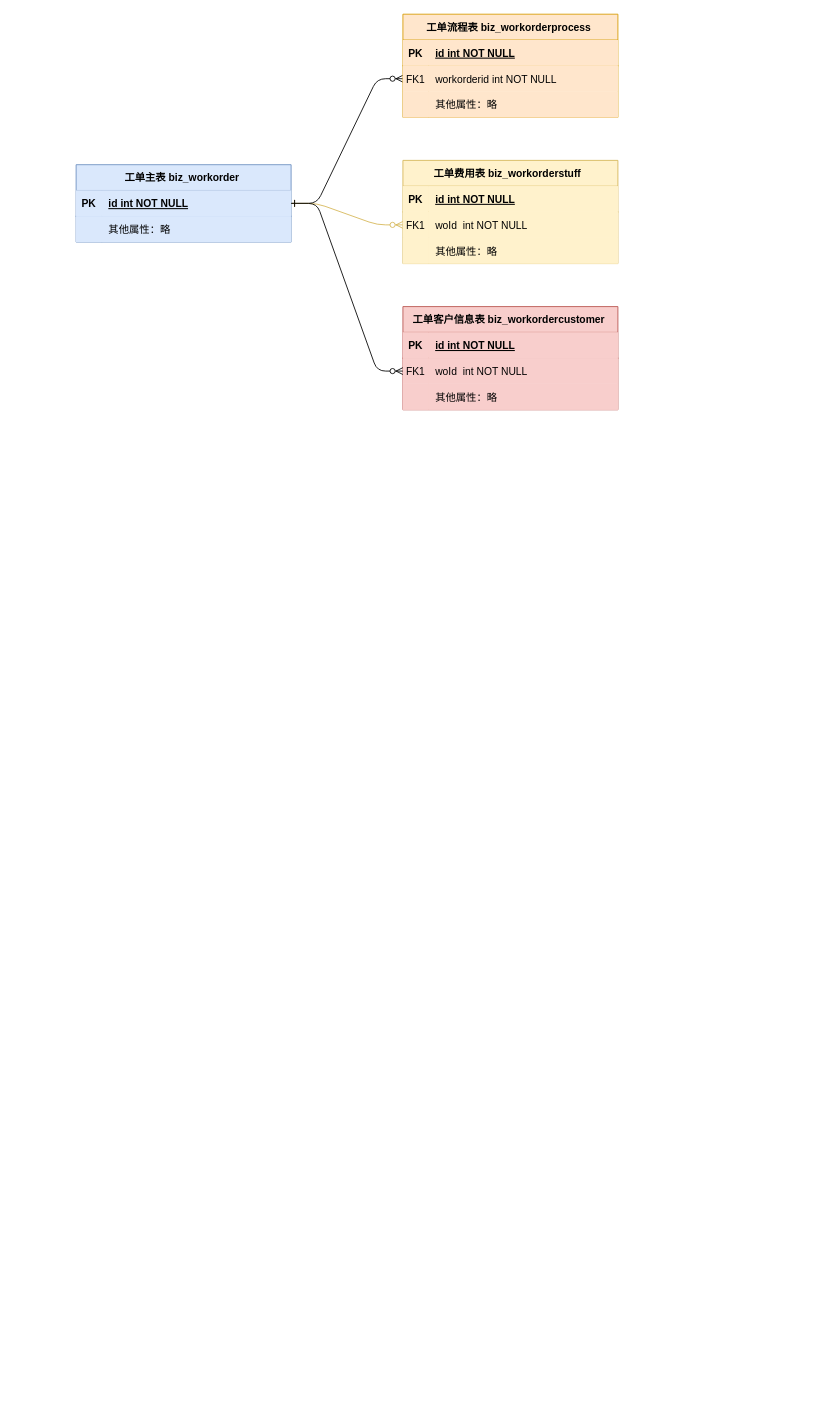
Before: 未命名绘图.drawio in flynnxin0730/test, a draw.io diagram. Source tidied: cells renumbered, new cells numbered last; positions are measured from the earlier drawing's top-left corner, leaving out a move shared by most shapes. Both pictures are drawn from the tidied source at 86%, with x=0, y=0 at pixel (76, 14).
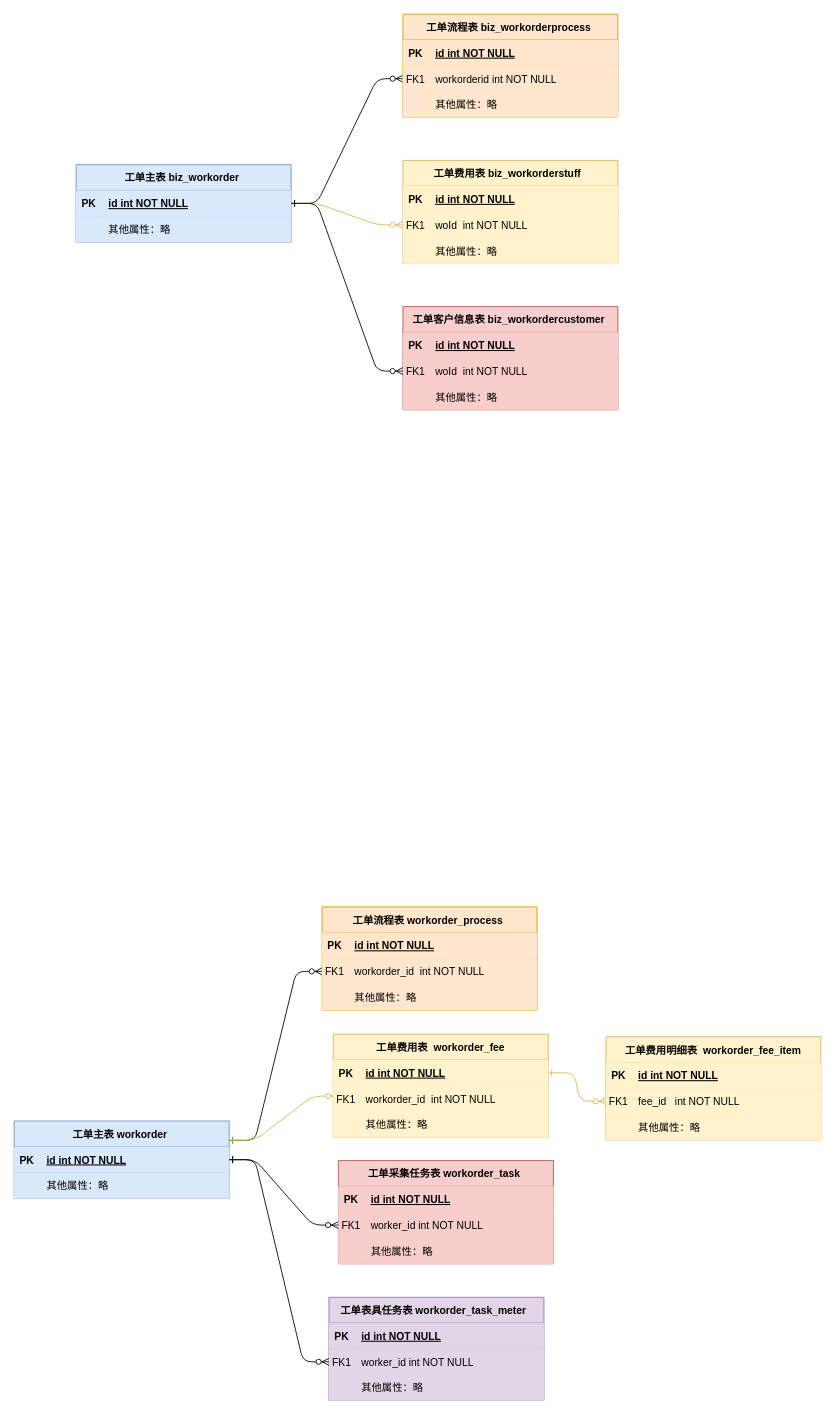
After the change.

What changed in the source:
```diff
@@
+    <mxCell id="42" style="edgeStyle=entityRelationEdgeStyle;endArrow=ERzeroToMany;startArrow=ERone;endFill=1;startFill=0;entryX=0;entryY=0.5;entryDx=0;entryDy=0;exitX=1;exitY=0.25;exitDx=0;exitDy=0;" parent="1" edge="1" source="64" target="48">
+      <mxGeometry relative="1" as="geometry">
+        <Array as="points">
+          <mxPoint x="187" y="1292" />
+          <mxPoint x="180" y="1292" />
+          <mxPoint x="-21" y="1141" />
+          <mxPoint x="104" y="1096" />
+          <mxPoint x="195" y="1110" />
+          <mxPoint x="82" y="1069" />
+        </Array>
+      </mxGeometry>
+    </mxCell>
+    <mxCell id="43" style="edgeStyle=entityRelationEdgeStyle;endArrow=ERzeroToMany;startArrow=ERone;endFill=1;startFill=0;exitX=1;exitY=0.25;exitDx=0;exitDy=0;fillColor=#fff2cc;strokeColor=#d6b656;" parent="1" edge="1" source="64">
+      <mxGeometry relative="1" as="geometry">
+        <mxPoint x="305" y="1258" as="targetPoint" />
+        <Array as="points">
+          <mxPoint x="583" y="1082" />
+          <mxPoint x="133" y="1122" />
+        </Array>
+      </mxGeometry>
+    </mxCell>
+    <mxCell id="44" value="工单流程表 workorder_process " style="shape=table;startSize=30;childLayout=tableLayout;rowLines=0;fontStyle=1;align=center;fillColor=#ffe6cc;strokeColor=#d79b00;" parent="1" vertex="1">
+      <mxGeometry x="286" y="1038" width="250" height="120" as="geometry" />
+    </mxCell>
+    <mxCell id="45" style="shape=partialRectangle;fillColor=#ffe6cc;top=0;left=0;right=0;bottom=1;strokeColor=#d79b00;" parent="44" vertex="1">
+      <mxGeometry y="30" width="250" height="30" as="geometry" />
+    </mxCell>
+    <mxCell id="46" value="PK" style="shape=partialRectangle;overflow=hidden;fillColor=#ffe6cc;top=0;left=0;bottom=0;right=0;fontStyle=1;strokeColor=#d79b00;" parent="45" vertex="1">
+      <mxGeometry width="30" height="30" as="geometry" />
+    </mxCell>
+    <mxCell id="47" value="id int NOT NULL " style="shape=partialRectangle;overflow=hidden;fillColor=#ffe6cc;top=0;left=0;bottom=0;right=0;align=left;spacingLeft=6;fontStyle=5;strokeColor=#d79b00;" parent="45" vertex="1">
+      <mxGeometry x="30" width="220" height="30" as="geometry" />
+    </mxCell>
+    <mxCell id="48" style="shape=partialRectangle;fillColor=#ffe6cc;points=[[0,0.5],[1,0.5]];portConstraint=eastwest;top=0;left=0;right=0;bottom=0;strokeColor=#d79b00;" parent="44" vertex="1">
+      <mxGeometry y="60" width="250" height="30" as="geometry" />
+    </mxCell>
+    <mxCell id="49" value="FK1" style="shape=partialRectangle;overflow=hidden;fillColor=#ffe6cc;top=0;left=0;bottom=0;right=0;strokeColor=#d79b00;" parent="48" vertex="1">
+      <mxGeometry width="30" height="30" as="geometry" />
+    </mxCell>
+    <mxCell id="50" value="workorder_id  int NOT NULL" style="shape=partialRectangle;overflow=hidden;fillColor=#ffe6cc;top=0;left=0;bottom=0;right=0;align=left;spacingLeft=6;strokeColor=#d79b00;" parent="48" vertex="1">
+      <mxGeometry x="30" width="220" height="30" as="geometry" />
+    </mxCell>
+    <mxCell id="51" style="shape=partialRectangle;fillColor=#ffe6cc;top=0;left=0;right=0;bottom=0;strokeColor=#d79b00;" parent="44" vertex="1">
+      <mxGeometry y="90" width="250" height="30" as="geometry" />
+    </mxCell>
+    <mxCell id="52" style="shape=partialRectangle;overflow=hidden;fillColor=#ffe6cc;top=0;left=0;bottom=0;right=0;strokeColor=#d79b00;" parent="51" vertex="1">
+      <mxGeometry width="30" height="30" as="geometry" />
+    </mxCell>
+    <mxCell id="53" value="其他属性：略" style="shape=partialRectangle;overflow=hidden;fillColor=#ffe6cc;top=0;left=0;bottom=0;right=0;align=left;spacingLeft=6;strokeColor=#d79b00;" parent="51" vertex="1">
+      <mxGeometry x="30" width="220" height="30" as="geometry" />
+    </mxCell>
+    <mxCell id="54" value="工单费用表  workorder_fee" style="shape=table;startSize=30;childLayout=tableLayout;rowLines=0;fontStyle=1;align=center;fillColor=#fff2cc;strokeColor=#d6b656;" parent="1" vertex="1">
+      <mxGeometry x="299" y="1186" width="250" height="120" as="geometry" />
+    </mxCell>
+    <mxCell id="55" style="shape=partialRectangle;fillColor=#fff2cc;points=[[0,0.5],[1,0.5]];portConstraint=eastwest;top=0;left=0;right=0;bottom=1;strokeColor=#d6b656;" parent="54" vertex="1">
+      <mxGeometry y="30" width="250" height="30" as="geometry" />
+    </mxCell>
+    <mxCell id="56" value="PK" style="shape=partialRectangle;overflow=hidden;fillColor=#fff2cc;top=0;left=0;bottom=0;right=0;fontStyle=1;strokeColor=#d6b656;" parent="55" vertex="1">
+      <mxGeometry width="30" height="30" as="geometry" />
+    </mxCell>
+    <mxCell id="57" value="id int NOT NULL " style="shape=partialRectangle;overflow=hidden;fillColor=#fff2cc;top=0;left=0;bottom=0;right=0;align=left;spacingLeft=6;fontStyle=5;strokeColor=#d6b656;" parent="55" vertex="1">
+      <mxGeometry x="30" width="220" height="30" as="geometry" />
+    </mxCell>
+    <mxCell id="58" style="shape=partialRectangle;fillColor=#fff2cc;top=0;left=0;right=0;bottom=0;strokeColor=#d6b656;" parent="54" vertex="1">
+      <mxGeometry y="60" width="250" height="30" as="geometry" />
+    </mxCell>
+    <mxCell id="59" value="FK1" style="shape=partialRectangle;overflow=hidden;fillColor=#fff2cc;top=0;left=0;bottom=0;right=0;strokeColor=#d6b656;" parent="58" vertex="1">
+      <mxGeometry width="30" height="30" as="geometry" />
+    </mxCell>
+    <mxCell id="60" value="workorder_id  int NOT NULL" style="shape=partialRectangle;overflow=hidden;fillColor=#fff2cc;top=0;left=0;bottom=0;right=0;align=left;spacingLeft=6;strokeColor=#d6b656;" parent="58" vertex="1">
+      <mxGeometry x="30" width="220" height="30" as="geometry" />
+    </mxCell>
+    <mxCell id="61" style="shape=partialRectangle;fillColor=#fff2cc;top=0;left=0;right=0;bottom=0;strokeColor=#d6b656;" parent="54" vertex="1">
+      <mxGeometry y="90" width="250" height="30" as="geometry" />
+    </mxCell>
+    <mxCell id="62" style="shape=partialRectangle;overflow=hidden;fillColor=#fff2cc;top=0;left=0;bottom=0;right=0;strokeColor=#d6b656;" parent="61" vertex="1">
+      <mxGeometry width="30" height="30" as="geometry" />
+    </mxCell>
+    <mxCell id="63" value="其他属性：略" style="shape=partialRectangle;overflow=hidden;fillColor=#fff2cc;top=0;left=0;bottom=0;right=0;align=left;spacingLeft=6;strokeColor=#d6b656;" parent="61" vertex="1">
+      <mxGeometry x="30" width="220" height="30" as="geometry" />
+    </mxCell>
+    <mxCell id="64" value="工单主表 workorder " style="shape=table;startSize=30;childLayout=tableLayout;rowLines=0;fontStyle=1;align=center;fillColor=#dae8fc;strokeColor=#6c8ebf;" parent="1" vertex="1">
+      <mxGeometry x="-72" y="1287" width="250" height="90" as="geometry" />
+    </mxCell>
+    <mxCell id="65" style="shape=partialRectangle;fillColor=#dae8fc;points=[[0,0.5],[1,0.5]];portConstraint=eastwest;top=0;left=0;right=0;bottom=1;strokeColor=#6c8ebf;" parent="64" vertex="1">
+      <mxGeometry y="30" width="250" height="30" as="geometry" />
+    </mxCell>
+    <mxCell id="66" value="PK" style="shape=partialRectangle;overflow=hidden;fillColor=#dae8fc;top=0;left=0;bottom=0;right=0;fontStyle=1;strokeColor=#6c8ebf;" parent="65" vertex="1">
+      <mxGeometry width="30" height="30" as="geometry" />
+    </mxCell>
+    <mxCell id="67" value="id int NOT NULL " style="shape=partialRectangle;overflow=hidden;fillColor=#dae8fc;top=0;left=0;bottom=0;right=0;align=left;spacingLeft=6;fontStyle=5;strokeColor=#6c8ebf;" parent="65" vertex="1">
+      <mxGeometry x="30" width="220" height="30" as="geometry" />
+    </mxCell>
+    <mxCell id="68" style="shape=partialRectangle;fillColor=#dae8fc;top=0;left=0;right=0;bottom=0;strokeColor=#6c8ebf;" parent="64" vertex="1">
+      <mxGeometry y="60" width="250" height="30" as="geometry" />
+    </mxCell>
+    <mxCell id="69" style="shape=partialRectangle;overflow=hidden;fillColor=#dae8fc;top=0;left=0;bottom=0;right=0;strokeColor=#6c8ebf;" parent="68" vertex="1">
+      <mxGeometry width="30" height="30" as="geometry" />
+    </mxCell>
+    <mxCell id="70" value="其他属性：略" style="shape=partialRectangle;overflow=hidden;fillColor=#dae8fc;top=0;left=0;bottom=0;right=0;align=left;spacingLeft=6;strokeColor=#6c8ebf;" parent="68" vertex="1">
+      <mxGeometry x="30" width="220" height="30" as="geometry" />
+    </mxCell>
+    <mxCell id="71" value="工单采集任务表 workorder_task " style="shape=table;startSize=30;childLayout=tableLayout;rowLines=0;fontStyle=1;align=center;fillColor=#f8cecc;strokeColor=#b85450;" parent="1" vertex="1">
+      <mxGeometry x="305" y="1333" width="250" height="120" as="geometry" />
+    </mxCell>
+    <mxCell id="72" style="shape=partialRectangle;fillColor=#f8cecc;top=0;left=0;right=0;bottom=1;strokeColor=#b85450;" parent="71" vertex="1">
+      <mxGeometry y="30" width="250" height="30" as="geometry" />
+    </mxCell>
+    <mxCell id="73" value="PK" style="shape=partialRectangle;overflow=hidden;fillColor=#f8cecc;top=0;left=0;bottom=0;right=0;fontStyle=1;strokeColor=#b85450;" parent="72" vertex="1">
+      <mxGeometry width="30" height="30" as="geometry" />
+    </mxCell>
+    <mxCell id="74" value="id int NOT NULL " style="shape=partialRectangle;overflow=hidden;fillColor=#f8cecc;top=0;left=0;bottom=0;right=0;align=left;spacingLeft=6;fontStyle=5;strokeColor=#b85450;" parent="72" vertex="1">
+      <mxGeometry x="30" width="220" height="30" as="geometry" />
+    </mxCell>
+    <mxCell id="75" style="shape=partialRectangle;fillColor=#f8cecc;points=[[0,0.5],[1,0.5]];portConstraint=eastwest;top=0;left=0;right=0;bottom=0;strokeColor=#b85450;" parent="71" vertex="1">
+      <mxGeometry y="60" width="250" height="30" as="geometry" />
+    </mxCell>
+    <mxCell id="76" value="FK1" style="shape=partialRectangle;overflow=hidden;fillColor=#f8cecc;top=0;left=0;bottom=0;right=0;strokeColor=#b85450;" parent="75" vertex="1">
+      <mxGeometry width="30" height="30" as="geometry" />
+    </mxCell>
+    <mxCell id="77" value="worker_id int NOT NULL" style="shape=partialRectangle;overflow=hidden;fillColor=#f8cecc;top=0;left=0;bottom=0;right=0;align=left;spacingLeft=6;strokeColor=#b85450;" parent="75" vertex="1">
+      <mxGeometry x="30" width="220" height="30" as="geometry" />
+    </mxCell>
+    <mxCell id="78" style="shape=partialRectangle;fillColor=#f8cecc;top=0;left=0;right=0;bottom=0;strokeColor=#b85450;" parent="71" vertex="1">
+      <mxGeometry y="90" width="250" height="30" as="geometry" />
+    </mxCell>
+    <mxCell id="79" style="shape=partialRectangle;overflow=hidden;fillColor=#f8cecc;top=0;left=0;bottom=0;right=0;strokeColor=#b85450;" parent="78" vertex="1">
+      <mxGeometry width="30" height="30" as="geometry" />
+    </mxCell>
+    <mxCell id="80" value="其他属性：略" style="shape=partialRectangle;overflow=hidden;fillColor=#f8cecc;top=0;left=0;bottom=0;right=0;align=left;spacingLeft=6;strokeColor=#b85450;" parent="78" vertex="1">
+      <mxGeometry x="30" width="220" height="30" as="geometry" />
+    </mxCell>
+    <mxCell id="81" style="edgeStyle=entityRelationEdgeStyle;endArrow=ERzeroToMany;startArrow=ERone;endFill=1;startFill=0;exitX=1;exitY=0.5;exitDx=0;exitDy=0;" parent="1" edge="1" source="65" target="75">
+      <mxGeometry relative="1" as="geometry">
+        <Array as="points">
+          <mxPoint x="193" y="1246" />
+          <mxPoint x="583" y="1096" />
+          <mxPoint x="133" y="1136" />
+        </Array>
+      </mxGeometry>
+    </mxCell>
+    <mxCell id="82" value="工单表具任务表 workorder_task_meter  " style="shape=table;startSize=30;childLayout=tableLayout;rowLines=0;fontStyle=1;align=center;fillColor=#e1d5e7;strokeColor=#9673a6;" parent="1" vertex="1">
+      <mxGeometry x="294" y="1492" width="250" height="120" as="geometry" />
+    </mxCell>
+    <mxCell id="83" style="shape=partialRectangle;fillColor=#e1d5e7;top=0;left=0;right=0;bottom=1;strokeColor=#9673a6;" parent="82" vertex="1">
+      <mxGeometry y="30" width="250" height="30" as="geometry" />
+    </mxCell>
+    <mxCell id="84" value="PK" style="shape=partialRectangle;overflow=hidden;fillColor=#e1d5e7;top=0;left=0;bottom=0;right=0;fontStyle=1;strokeColor=#9673a6;" parent="83" vertex="1">
+      <mxGeometry width="30" height="30" as="geometry" />
+    </mxCell>
+    <mxCell id="85" value="id int NOT NULL " style="shape=partialRectangle;overflow=hidden;fillColor=#e1d5e7;top=0;left=0;bottom=0;right=0;align=left;spacingLeft=6;fontStyle=5;strokeColor=#9673a6;" parent="83" vertex="1">
+      <mxGeometry x="30" width="220" height="30" as="geometry" />
+    </mxCell>
+    <mxCell id="86" style="shape=partialRectangle;fillColor=#e1d5e7;points=[[0,0.5],[1,0.5]];portConstraint=eastwest;top=0;left=0;right=0;bottom=0;strokeColor=#9673a6;" parent="82" vertex="1">
+      <mxGeometry y="60" width="250" height="30" as="geometry" />
+    </mxCell>
+    <mxCell id="87" value="FK1" style="shape=partialRectangle;overflow=hidden;fillColor=#e1d5e7;top=0;left=0;bottom=0;right=0;strokeColor=#9673a6;" parent="86" vertex="1">
+      <mxGeometry width="30" height="30" as="geometry" />
+    </mxCell>
+    <mxCell id="88" value="worker_id int NOT NULL" style="shape=partialRectangle;overflow=hidden;fillColor=#e1d5e7;top=0;left=0;bottom=0;right=0;align=left;spacingLeft=6;strokeColor=#9673a6;" parent="86" vertex="1">
+      <mxGeometry x="30" width="220" height="30" as="geometry" />
+    </mxCell>
+    <mxCell id="89" style="shape=partialRectangle;fillColor=#e1d5e7;top=0;left=0;right=0;bottom=0;strokeColor=#9673a6;" parent="82" vertex="1">
+      <mxGeometry y="90" width="250" height="30" as="geometry" />
+    </mxCell>
+    <mxCell id="90" style="shape=partialRectangle;overflow=hidden;fillColor=#e1d5e7;top=0;left=0;bottom=0;right=0;strokeColor=#9673a6;" parent="89" vertex="1">
+      <mxGeometry width="30" height="30" as="geometry" />
+    </mxCell>
+    <mxCell id="91" value="其他属性：略" style="shape=partialRectangle;overflow=hidden;fillColor=#e1d5e7;top=0;left=0;bottom=0;right=0;align=left;spacingLeft=6;strokeColor=#9673a6;" parent="89" vertex="1">
+      <mxGeometry x="30" width="220" height="30" as="geometry" />
+    </mxCell>
+    <mxCell id="92" style="edgeStyle=entityRelationEdgeStyle;endArrow=ERzeroToMany;startArrow=ERone;endFill=1;startFill=0;entryX=0;entryY=0.5;entryDx=0;entryDy=0;" parent="1" edge="1" source="65" target="86">
+      <mxGeometry relative="1" as="geometry">
+        <Array as="points">
+          <mxPoint x="203" y="1256" />
+          <mxPoint x="593" y="1106" />
+          <mxPoint x="143" y="1146" />
+        </Array>
+      </mxGeometry>
+    </mxCell>
+    <mxCell id="93" value="工单费用明细表  workorder_fee_item" style="shape=table;startSize=30;childLayout=tableLayout;rowLines=0;fontStyle=1;align=center;fillColor=#fff2cc;strokeColor=#d6b656;" parent="1" vertex="1">
+      <mxGeometry x="616" y="1189" width="250" height="120" as="geometry" />
+    </mxCell>
+    <mxCell id="94" style="shape=partialRectangle;fillColor=#fff2cc;top=0;left=0;right=0;bottom=1;strokeColor=#d6b656;" parent="93" vertex="1">
+      <mxGeometry y="30" width="250" height="30" as="geometry" />
+    </mxCell>
+    <mxCell id="95" value="PK" style="shape=partialRectangle;overflow=hidden;fillColor=#fff2cc;top=0;left=0;bottom=0;right=0;fontStyle=1;strokeColor=#d6b656;" parent="94" vertex="1">
+      <mxGeometry width="30" height="30" as="geometry" />
+    </mxCell>
+    <mxCell id="96" value="id int NOT NULL " style="shape=partialRectangle;overflow=hidden;fillColor=#fff2cc;top=0;left=0;bottom=0;right=0;align=left;spacingLeft=6;fontStyle=5;strokeColor=#d6b656;" parent="94" vertex="1">
+      <mxGeometry x="30" width="220" height="30" as="geometry" />
+    </mxCell>
+    <mxCell id="97" style="shape=partialRectangle;fillColor=#fff2cc;points=[[0,0.5],[1,0.5]];portConstraint=eastwest;top=0;left=0;right=0;bottom=0;strokeColor=#d6b656;" parent="93" vertex="1">
+      <mxGeometry y="60" width="250" height="30" as="geometry" />
+    </mxCell>
+    <mxCell id="98" value="FK1" style="shape=partialRectangle;overflow=hidden;fillColor=#fff2cc;top=0;left=0;bottom=0;right=0;strokeColor=#d6b656;" parent="97" vertex="1">
+      <mxGeometry width="30" height="30" as="geometry" />
+    </mxCell>
+    <mxCell id="99" value="fee_id   int NOT NULL" style="shape=partialRectangle;overflow=hidden;fillColor=#fff2cc;top=0;left=0;bottom=0;right=0;align=left;spacingLeft=6;strokeColor=#d6b656;" parent="97" vertex="1">
+      <mxGeometry x="30" width="220" height="30" as="geometry" />
+    </mxCell>
+    <mxCell id="100" style="shape=partialRectangle;fillColor=#fff2cc;top=0;left=0;right=0;bottom=0;strokeColor=#d6b656;" parent="93" vertex="1">
+      <mxGeometry y="90" width="250" height="30" as="geometry" />
+    </mxCell>
+    <mxCell id="101" style="shape=partialRectangle;overflow=hidden;fillColor=#fff2cc;top=0;left=0;bottom=0;right=0;strokeColor=#d6b656;" parent="100" vertex="1">
+      <mxGeometry width="30" height="30" as="geometry" />
+    </mxCell>
+    <mxCell id="102" value="其他属性：略" style="shape=partialRectangle;overflow=hidden;fillColor=#fff2cc;top=0;left=0;bottom=0;right=0;align=left;spacingLeft=6;strokeColor=#d6b656;" parent="100" vertex="1">
+      <mxGeometry x="30" width="220" height="30" as="geometry" />
+    </mxCell>
+    <mxCell id="103" style="edgeStyle=entityRelationEdgeStyle;endArrow=ERzeroToMany;startArrow=ERone;endFill=1;startFill=0;exitX=1;exitY=0.5;exitDx=0;exitDy=0;fillColor=#fff2cc;strokeColor=#d6b656;entryX=0;entryY=0.5;entryDx=0;entryDy=0;" parent="1" edge="1" source="55" target="97">
+      <mxGeometry relative="1" as="geometry">
+        <Array as="points">
+          <mxPoint x="593" y="1092" />
+          <mxPoint x="302" y="1286" />
+          <mxPoint x="143" y="1132" />
+        </Array>
+      </mxGeometry>
+    </mxCell>
```
